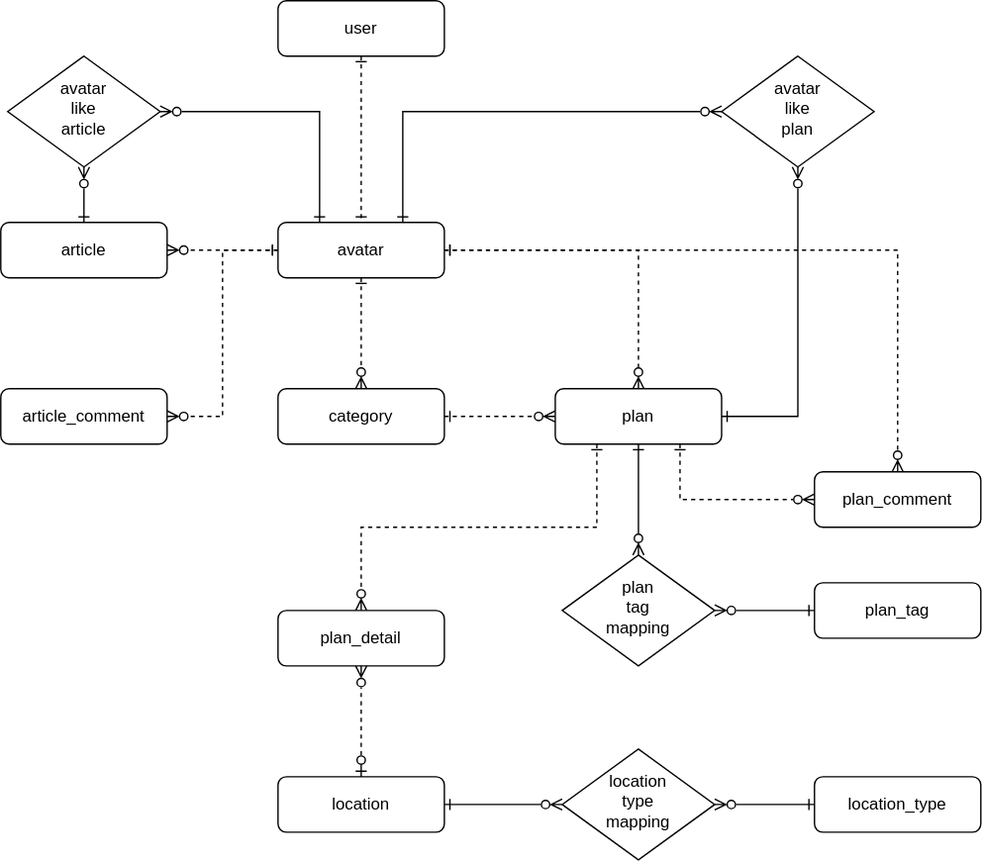
Earlier version of the draw.io export docs/erd.drawio.svg (tripwith-dev/rest-nestjs). Source tidied: cells renumbered, new cells last; positions are measured from the earlier drawing's top-left corner, leaving out a move shared by most shapes.
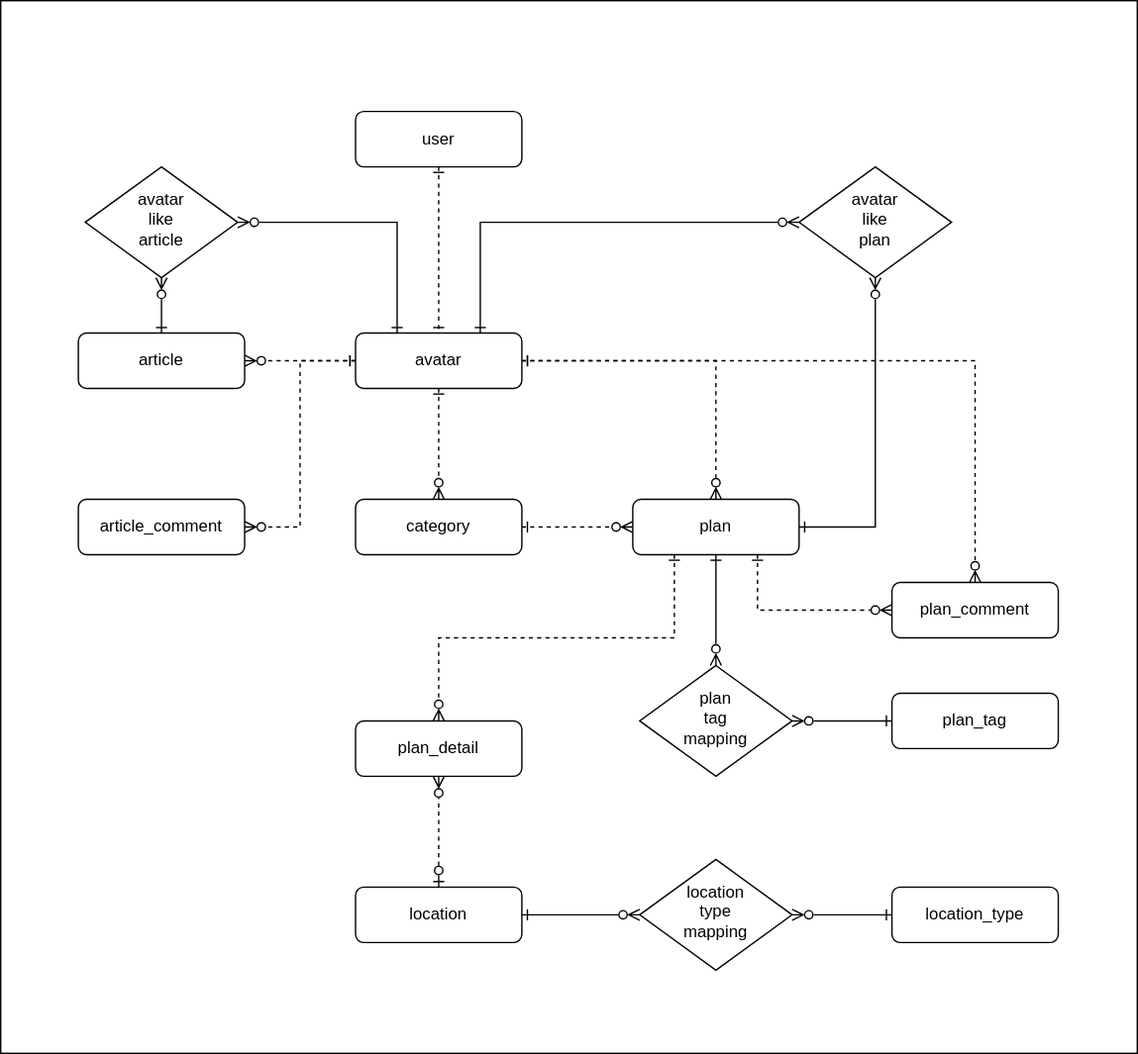
Later version of the same file.

What changed in the source:
```diff
@@ -2,6 +2,9 @@
   <root>
     <mxCell id="0" />
     <mxCell id="1" parent="0" />
+    <mxCell id="35" style="rounded=0;whiteSpace=wrap;html=1;" parent="1" vertex="1">
+      <mxGeometry x="-56" y="-80" width="820" height="760" as="geometry" />
+    </mxCell>
     <mxCell id="2" style="edgeStyle=orthogonalEdgeStyle;rounded=0;jettySize=auto;html=1;exitX=1;exitY=0.5;exitDx=0;exitDy=0;entryX=0;entryY=0.5;entryDx=0;entryDy=0;startArrow=ERone;startFill=0;endArrow=ERzeroToMany;endFill=0;" parent="1" edge="1" source="4" target="5">
       <mxGeometry relative="1" as="geometry" />
     </mxCell>
```
